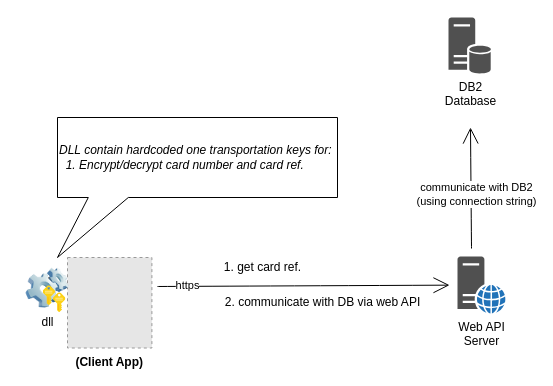
Before: page "full-3tier" (3 of 3) of scb-fix-3tier-diagram.drawio in delphihero/MyDocument, a draw.io diagram. Source tidied: cells renumbered, new cells numbered last; positions are measured from the earlier drawing's top-left corner, leaving out a move shared by most shapes. Both pictures are drawn from the tidied source at 100%, with x=0, y=0 at pixel (17, 17). Pictures stored in the file or linked from it are replaced by grey dashed boxes.
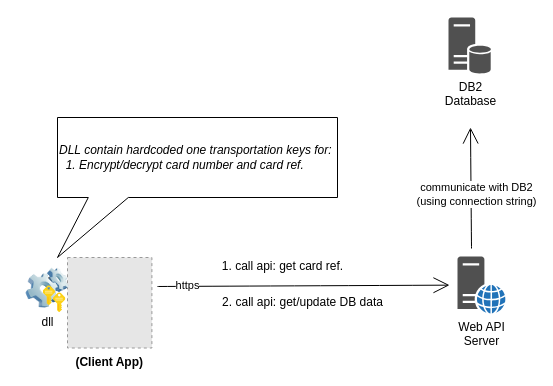
After the change.

Change to the diagram source:
```diff
@@
 <mxGraphModel>
   <root>
     <mxCell id="0" />
     <mxCell id="1" parent="0" />
     <mxCell id="2" value="&lt;div&gt;DB2 &lt;br&gt;&lt;/div&gt;&lt;div&gt;Database&lt;/div&gt;" style="sketch=0;shadow=0;dashed=0;html=1;strokeColor=none;fillColor=#505050;labelPosition=center;verticalLabelPosition=bottom;verticalAlign=top;align=center;shape=mxgraph.office.servers.database_server;hachureGap=4;" parent="1" vertex="1">
       <mxGeometry x="431" width="43" height="56" as="geometry" />
     </mxCell>
     <mxCell id="3" value="&lt;div&gt;Web API&lt;/div&gt;&lt;div&gt;Server&lt;br&gt;&lt;/div&gt;" style="sketch=0;shadow=0;dashed=0;html=1;strokeColor=none;fillColor=#505050;labelPosition=center;verticalLabelPosition=bottom;verticalAlign=top;outlineConnect=0;align=center;shape=mxgraph.office.servers.web_server_blue;hachureGap=4;" parent="1" vertex="1">
       <mxGeometry x="440" y="239" width="48" height="57" as="geometry" />
     </mxCell>
     <mxCell id="4" value="&lt;div&gt;communicate with DB2&lt;/div&gt;&lt;div&gt;(using connection string)&lt;br&gt;&lt;/div&gt;" style="edgeStyle=none;curved=1;rounded=0;orthogonalLoop=1;jettySize=auto;html=1;endArrow=open;startSize=14;endSize=14;sourcePerimeterSpacing=8;targetPerimeterSpacing=8;" parent="1" edge="1">
       <mxGeometry x="-0.11" y="-5" relative="1" as="geometry">
         <mxPoint x="454" y="231" as="sourcePoint" />
         <mxPoint x="453" y="110" as="targetPoint" />
       </mxGeometry>
     </mxCell>
     <mxCell id="5" style="edgeStyle=none;curved=1;rounded=0;jettySize=auto;html=1;endArrow=open;startSize=14;endSize=14;sourcePerimeterSpacing=8;targetPerimeterSpacing=8;" parent="1" edge="1" target="3">
       <mxGeometry relative="1" as="geometry">
         <mxPoint x="140" y="269" as="sourcePoint" />
       </mxGeometry>
     </mxCell>
     <mxCell id="6" value="https" style="edgeLabel;html=1;align=center;verticalAlign=middle;fontColor=none;" parent="5" vertex="1">
       <mxGeometry x="-0.6" y="-1" relative="1" as="geometry">
         <mxPoint x="-29" y="-2" as="offset" />
       </mxGeometry>
     </mxCell>
     <mxCell id="7" value="&lt;div align=&quot;left&quot;&gt;&lt;span&gt;DLL contain hardcoded one transportation keys for:&lt;/span&gt;&lt;/div&gt;&lt;div align=&quot;left&quot;&gt;&lt;span&gt;&amp;nbsp; 1. Encrypt/decrypt card number and card ref.&lt;/span&gt;&lt;/div&gt;" style="shape=callout;whiteSpace=wrap;html=1;perimeter=calloutPerimeter;hachureGap=4;direction=east;align=left;size=60;position=0.11;position2=0;base=40;fontStyle=2;" parent="1" vertex="1">
       <mxGeometry x="40" y="100" width="280" height="140" as="geometry" />
     </mxCell>
     <mxCell id="8" value="(Client App)" style="fillColor=#E6E6E6;strokeColor=#999999;dashed=1;verticalLabelPosition=bottom;labelBackgroundColor=#ffffff;verticalAlign=top;fontStyle=1;" parent="1" vertex="1">
       <mxGeometry x="50" y="240" width="84.4" height="90.5" as="geometry" />
     </mxCell>
-    <mxCell id="9" value="1. get card ref." style="text;html=1;align=center;verticalAlign=middle;fillColor=none;strokeColor=none;rounded=0;hachureGap=4;" parent="1" vertex="1">
-      <mxGeometry x="200" y="240" width="90" height="20" as="geometry" />
+    <mxCell id="9" value="1. call api: get card ref." style="text;html=1;align=center;verticalAlign=middle;fillColor=none;strokeColor=none;rounded=0;hachureGap=4;" parent="1" vertex="1">
+      <mxGeometry x="200" y="239" width="130" height="20" as="geometry" />
     </mxCell>
-    <mxCell id="10" value="2. communicate with DB via web API " style="text;html=1;align=center;verticalAlign=middle;fillColor=none;strokeColor=none;rounded=0;hachureGap=4;" parent="1" vertex="1">
-      <mxGeometry x="200" y="275.2" width="210" height="20" as="geometry" />
+    <mxCell id="10" value="2. call api: get/update DB data " style="text;html=1;align=center;verticalAlign=middle;fillColor=none;strokeColor=none;rounded=0;hachureGap=4;" parent="1" vertex="1">
+      <mxGeometry x="200" y="275.2" width="170" height="20" as="geometry" />
     </mxCell>
     <mxCell id="11" value="d" style="group;" parent="1" vertex="1">
       <mxGeometry y="250.8" width="60" height="44.5" as="geometry" />
     </mxCell>
     <mxCell id="12" value="&lt;div&gt;dll&lt;/div&gt;" style="image;html=1;image=img/lib/clip_art/computers/Software_128x128.png;hachureGap=4;" parent="11" vertex="1">
       <mxGeometry width="60" height="40" as="geometry" />
     </mxCell>
     <mxCell id="13" style="group;" parent="11" vertex="1">
       <mxGeometry x="25.6" y="17.5" width="22.8" height="27" as="geometry" />
     </mxCell>
     <mxCell id="14" style="sketch=0;html=1;align=center;image;fontSize=12;image=img/lib/mscae/Key.svg;hachureGap=4;" parent="13" vertex="1">
       <mxGeometry x="10.4" y="7" width="12.4" height="20" as="geometry" />
     </mxCell>
     <mxCell id="15" style="sketch=0;html=1;align=center;image;fontSize=12;image=img/lib/mscae/Key.svg;hachureGap=4;" parent="13" vertex="1">
       <mxGeometry width="12.4" height="20" as="geometry" />
     </mxCell>
   </root>
 </mxGraphModel>
```
